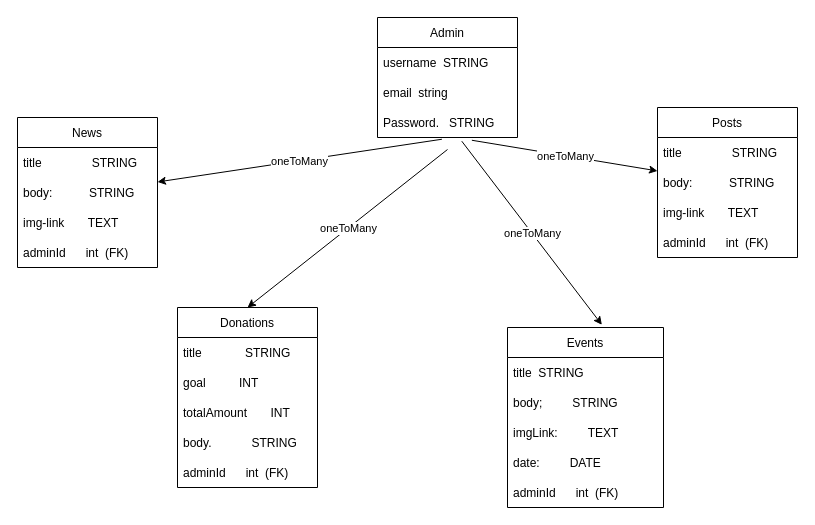
Before: server/db.drawio in javokhirbozorov/charlton-masjid, a draw.io diagram. Source tidied: cells renumbered, new cells numbered last; positions are measured from the earlier drawing's top-left corner, leaving out a move shared by most shapes. Both pictures are drawn from the tidied source at 100%, with x=0, y=0 at pixel (17, 17).
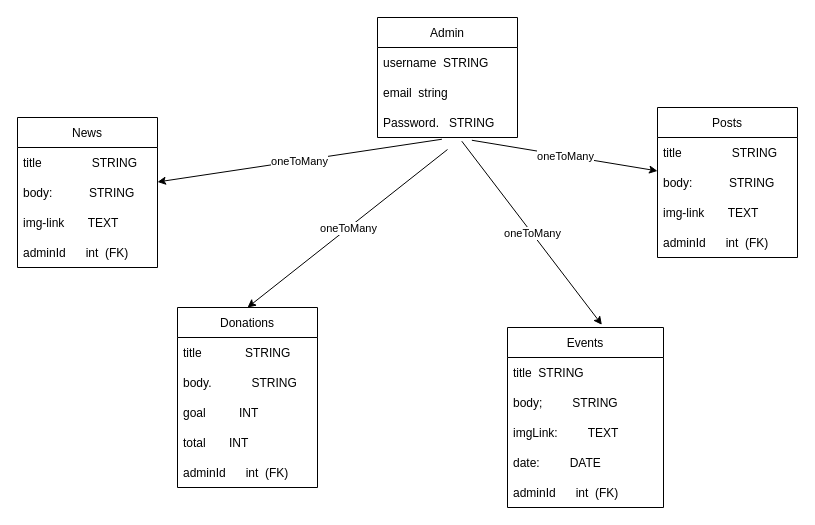
The same page after the edit.

Unchanged cells that the change refers to:
```xml
<mxCell id="16" value="Donations" style="swimlane;fontStyle=0;horizontal=1;startSize=30;" parent="1" vertex="1">
  <mxGeometry x="160" y="290" width="140" height="180" as="geometry" />
</mxCell>
```

Diff of the diagram source:
```diff
@@
+    <mxCell id="20" value="body.            STRING" style="text;strokeColor=none;fillColor=none;align=left;verticalAlign=middle;spacingLeft=4;spacingRight=4;overflow=hidden;" parent="16" vertex="1">
+      <mxGeometry y="60" width="140" height="30" as="geometry" />
+    </mxCell>
     <mxCell id="18" value="goal          INT" style="text;strokeColor=none;fillColor=none;align=left;verticalAlign=middle;spacingLeft=4;spacingRight=4;overflow=hidden;" parent="16" vertex="1">
-      <mxGeometry y="60" width="140" height="30" as="geometry" />
+      <mxGeometry y="90" width="140" height="30" as="geometry" />
     </mxCell>
-    <mxCell id="19" value="totalAmount       INT" style="text;strokeColor=none;fillColor=none;align=left;verticalAlign=middle;spacingLeft=4;spacingRight=4;overflow=hidden;" parent="16" vertex="1">
-      <mxGeometry y="90" width="140" height="30" as="geometry" />
+    <mxCell id="19" value="total       INT" style="text;strokeColor=none;fillColor=none;align=left;verticalAlign=middle;spacingLeft=4;spacingRight=4;overflow=hidden;" parent="16" vertex="1">
+      <mxGeometry y="120" width="140" height="30" as="geometry" />
     </mxCell>
-    <mxCell id="20" value="body.            STRING" style="text;strokeColor=none;fillColor=none;align=left;verticalAlign=middle;spacingLeft=4;spacingRight=4;overflow=hidden;" parent="16" vertex="1">
-      <mxGeometry y="120" width="140" height="30" as="geometry" />
-    </mxCell>
```
